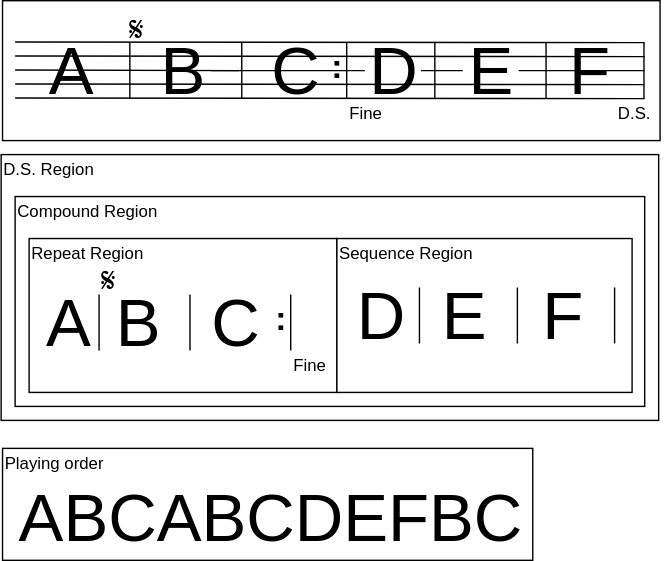
ruimo/klavier-core keeps this draw.io diagram as docs/repeat/example09.drawio.svg. Above is the earlier version. Source tidied: cells renumbered, new cells last; positions are measured from the earlier drawing's top-left corner, leaving out a move shared by most shapes.
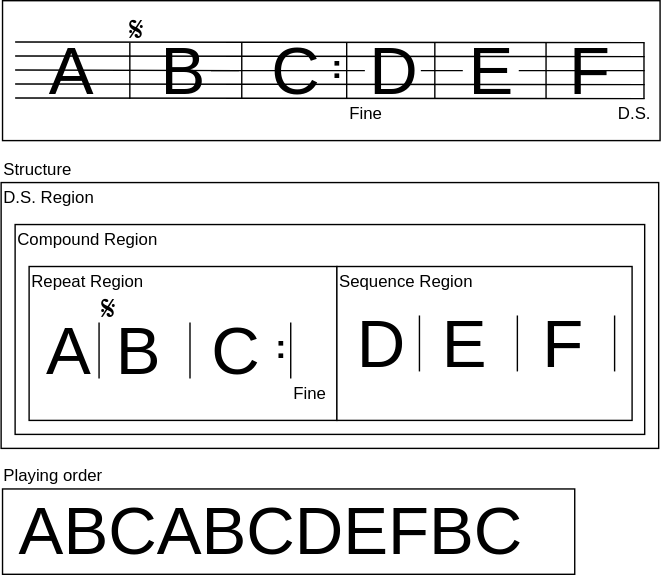
After the change.

The edit, as a diff of the source:
```diff
@@ -3,56 +3,56 @@
     <mxCell id="0" />
     <mxCell id="1" parent="0" />
     <mxCell id="2" style="rounded=0;whiteSpace=wrap;html=1;" parent="1" vertex="1">
-      <mxGeometry x="1" width="470" height="100" as="geometry" />
+      <mxGeometry x="1" y="-20" width="470" height="100" as="geometry" />
     </mxCell>
     <mxCell id="3" style="rounded=0;whiteSpace=wrap;html=1;" parent="1" vertex="1">
       <mxGeometry y="110" width="470" height="190" as="geometry" />
     </mxCell>
     <mxCell id="4" style="endArrow=none;html=1;" parent="1" edge="1">
       <mxGeometry relative="1" as="geometry">
-        <mxPoint x="10" y="39.5" as="sourcePoint" />
-        <mxPoint x="460" y="40" as="targetPoint" />
+        <mxPoint x="10" y="19.5" as="sourcePoint" />
+        <mxPoint x="460" y="20" as="targetPoint" />
       </mxGeometry>
     </mxCell>
     <mxCell id="5" style="endArrow=none;html=1;" parent="1" edge="1" source="18">
       <mxGeometry relative="1" as="geometry">
-        <mxPoint x="460" y="50" as="targetPoint" />
+        <mxPoint x="460" y="30" as="targetPoint" />
       </mxGeometry>
     </mxCell>
     <mxCell id="6" style="endArrow=none;html=1;" parent="1" edge="1">
       <mxGeometry relative="1" as="geometry">
-        <mxPoint x="10" y="59.5" as="sourcePoint" />
-        <mxPoint x="460" y="60" as="targetPoint" />
+        <mxPoint x="10" y="39.5" as="sourcePoint" />
+        <mxPoint x="460" y="40" as="targetPoint" />
       </mxGeometry>
     </mxCell>
     <mxCell id="7" style="endArrow=none;html=1;" parent="1" edge="1">
       <mxGeometry relative="1" as="geometry">
-        <mxPoint x="10" y="69.5" as="sourcePoint" />
-        <mxPoint x="460" y="70" as="targetPoint" />
+        <mxPoint x="10" y="49.5" as="sourcePoint" />
+        <mxPoint x="460" y="50" as="targetPoint" />
       </mxGeometry>
     </mxCell>
     <mxCell id="8" value="&lt;font style=&quot;font-size: 48px&quot;&gt;A&lt;/font&gt;" style="text;html=1;strokeColor=none;fillColor=none;align=center;verticalAlign=middle;whiteSpace=wrap;rounded=0;" parent="1" vertex="1">
-      <mxGeometry x="30" y="40" width="40" height="20" as="geometry" />
+      <mxGeometry x="30" y="20" width="40" height="20" as="geometry" />
     </mxCell>
     <mxCell id="9" style="endArrow=none;html=1;" parent="1" edge="1">
       <mxGeometry relative="1" as="geometry">
-        <mxPoint x="10" y="49.5" as="sourcePoint" />
-        <mxPoint x="170" y="50" as="targetPoint" />
+        <mxPoint x="10" y="29.5" as="sourcePoint" />
+        <mxPoint x="170" y="30" as="targetPoint" />
       </mxGeometry>
     </mxCell>
     <mxCell id="10" value="&lt;font style=&quot;font-size: 48px&quot;&gt;B&lt;/font&gt;" style="text;html=1;strokeColor=none;fillColor=none;align=center;verticalAlign=middle;whiteSpace=wrap;rounded=0;" parent="1" vertex="1">
-      <mxGeometry x="110" y="40" width="40" height="20" as="geometry" />
+      <mxGeometry x="110" y="20" width="40" height="20" as="geometry" />
     </mxCell>
     <mxCell id="11" value="D.S. Region" style="text;html=1;strokeColor=none;fillColor=none;align=left;verticalAlign=middle;whiteSpace=wrap;rounded=0;" parent="1" vertex="1">
       <mxGeometry y="110" width="200" height="20" as="geometry" />
     </mxCell>
     <mxCell id="12" value="&lt;font style=&quot;font-size: 48px&quot;&gt;C&lt;/font&gt;" style="text;html=1;strokeColor=none;fillColor=none;align=center;verticalAlign=middle;whiteSpace=wrap;rounded=0;" parent="1" vertex="1">
-      <mxGeometry x="190" y="40" width="40" height="20" as="geometry" />
+      <mxGeometry x="190" y="20" width="40" height="20" as="geometry" />
     </mxCell>
     <mxCell id="13" style="endArrow=none;html=1;" parent="1" edge="1">
       <mxGeometry relative="1" as="geometry">
-        <mxPoint x="310" y="70" as="sourcePoint" />
-        <mxPoint x="310" y="30" as="targetPoint" />
+        <mxPoint x="310" y="50" as="sourcePoint" />
+        <mxPoint x="310" y="10" as="targetPoint" />
       </mxGeometry>
     </mxCell>
     <mxCell id="14" style="rounded=0;whiteSpace=wrap;html=1;" parent="1" vertex="1">
@@ -62,19 +62,19 @@
       <mxGeometry x="10" y="140" width="150" height="20" as="geometry" />
     </mxCell>
     <mxCell id="16" value="&lt;font style=&quot;font-size: 48px&quot;&gt;D&lt;/font&gt;" style="text;html=1;strokeColor=none;fillColor=none;align=center;verticalAlign=middle;whiteSpace=wrap;rounded=0;" parent="1" vertex="1">
-      <mxGeometry x="260" y="40" width="40" height="20" as="geometry" />
+      <mxGeometry x="260" y="20" width="40" height="20" as="geometry" />
     </mxCell>
     <mxCell id="17" style="endArrow=none;html=1;" parent="1" edge="1" source="10" target="16">
       <mxGeometry relative="1" as="geometry" />
     </mxCell>
     <mxCell id="18" value="&lt;font style=&quot;font-size: 48px&quot;&gt;E&lt;/font&gt;" style="text;html=1;strokeColor=none;fillColor=none;align=center;verticalAlign=middle;whiteSpace=wrap;rounded=0;" parent="1" vertex="1">
-      <mxGeometry x="330" y="40" width="40" height="20" as="geometry" />
+      <mxGeometry x="330" y="20" width="40" height="20" as="geometry" />
     </mxCell>
     <mxCell id="19" style="endArrow=none;html=1;" parent="1" edge="1" source="16" target="18">
       <mxGeometry relative="1" as="geometry" />
     </mxCell>
     <mxCell id="20" style="group;" parent="1" vertex="1">
-      <mxGeometry x="362.5" y="30" width="40" height="40" as="geometry" />
+      <mxGeometry x="362.5" y="10" width="40" height="40" as="geometry" />
     </mxCell>
     <mxCell id="21" style="endArrow=none;html=1;" parent="20" edge="1">
       <mxGeometry relative="1" as="geometry">
@@ -84,8 +84,8 @@
     </mxCell>
     <mxCell id="22" style="endArrow=none;html=1;" parent="1" edge="1">
       <mxGeometry relative="1" as="geometry">
-        <mxPoint x="92" y="70" as="sourcePoint" />
-        <mxPoint x="92" y="30" as="targetPoint" />
+        <mxPoint x="92" y="50" as="sourcePoint" />
+        <mxPoint x="92" y="10" as="targetPoint" />
       </mxGeometry>
     </mxCell>
     <mxCell id="23" style="rounded=0;whiteSpace=wrap;html=1;" parent="1" vertex="1">
@@ -114,17 +114,17 @@
     </mxCell>
     <mxCell id="30" style="endArrow=none;html=1;" parent="1" edge="1">
       <mxGeometry relative="1" as="geometry">
-        <mxPoint x="459.5" y="70" as="sourcePoint" />
-        <mxPoint x="459.5" y="30" as="targetPoint" />
+        <mxPoint x="459.5" y="50" as="sourcePoint" />
+        <mxPoint x="459.5" y="10" as="targetPoint" />
       </mxGeometry>
     </mxCell>
     <mxCell id="31" value="&lt;font style=&quot;font-size: 48px&quot;&gt;F&lt;/font&gt;" style="text;html=1;strokeColor=none;fillColor=none;align=center;verticalAlign=middle;whiteSpace=wrap;rounded=0;" parent="1" vertex="1">
-      <mxGeometry x="400" y="40" width="40" height="20" as="geometry" />
+      <mxGeometry x="400" y="20" width="40" height="20" as="geometry" />
     </mxCell>
     <mxCell id="32" style="endArrow=none;html=1;" parent="1" edge="1">
       <mxGeometry relative="1" as="geometry">
-        <mxPoint x="10" y="29.5" as="sourcePoint" />
-        <mxPoint x="460" y="30" as="targetPoint" />
+        <mxPoint x="10" y="9.5" as="sourcePoint" />
+        <mxPoint x="460" y="10" as="targetPoint" />
       </mxGeometry>
     </mxCell>
     <mxCell id="33" style="group;" parent="1" vertex="1">
@@ -152,7 +152,7 @@
       <mxGeometry x="147" y="220" width="40" height="20" as="geometry" />
     </mxCell>
     <mxCell id="40" value="D.S." style="text;html=1;strokeColor=none;fillColor=none;align=center;verticalAlign=middle;whiteSpace=wrap;rounded=0;" parent="1" vertex="1">
-      <mxGeometry x="432.5" y="70" width="40" height="20" as="geometry" />
+      <mxGeometry x="432.5" y="50" width="40" height="20" as="geometry" />
     </mxCell>
     <mxCell id="41" value="&lt;font style=&quot;font-size: 48px&quot;&gt;D&lt;/font&gt;" style="text;html=1;strokeColor=none;fillColor=none;align=center;verticalAlign=middle;whiteSpace=wrap;rounded=0;" parent="1" vertex="1">
       <mxGeometry x="251" y="215" width="40" height="20" as="geometry" />
@@ -182,13 +182,13 @@
       </mxGeometry>
     </mxCell>
     <mxCell id="47" value="Fine" style="text;html=1;strokeColor=none;fillColor=none;align=center;verticalAlign=middle;whiteSpace=wrap;rounded=0;" parent="1" vertex="1">
-      <mxGeometry x="240" y="70" width="40" height="20" as="geometry" />
+      <mxGeometry x="240" y="50" width="40" height="20" as="geometry" />
     </mxCell>
     <mxCell id="48" value="Fine" style="text;html=1;strokeColor=none;fillColor=none;align=center;verticalAlign=middle;whiteSpace=wrap;rounded=0;" parent="1" vertex="1">
       <mxGeometry x="200" y="250" width="40" height="20" as="geometry" />
     </mxCell>
     <mxCell id="49" style="group;" parent="1" vertex="1">
-      <mxGeometry x="220" y="30" width="40" height="40" as="geometry" />
+      <mxGeometry x="220" y="10" width="40" height="40" as="geometry" />
     </mxCell>
     <mxCell id="50" style="endArrow=none;html=1;" parent="49" edge="1">
       <mxGeometry relative="1" as="geometry">
@@ -201,12 +201,12 @@
     </mxCell>
     <mxCell id="52" style="endArrow=none;html=1;" parent="1" edge="1">
       <mxGeometry relative="1" as="geometry">
-        <mxPoint x="172" y="70" as="sourcePoint" />
-        <mxPoint x="172" y="30" as="targetPoint" />
+        <mxPoint x="172" y="50" as="sourcePoint" />
+        <mxPoint x="172" y="10" as="targetPoint" />
       </mxGeometry>
     </mxCell>
     <mxCell id="53" value="&lt;font style=&quot;font-size: 24px&quot;&gt;𝄋&lt;/font&gt;" style="text;html=1;strokeColor=none;fillColor=none;align=left;verticalAlign=middle;whiteSpace=wrap;rounded=0;" parent="1" vertex="1">
-      <mxGeometry x="90" y="10" width="40" height="20" as="geometry" />
+      <mxGeometry x="90" y="-10" width="40" height="20" as="geometry" />
     </mxCell>
     <mxCell id="54" value="&lt;font style=&quot;font-size: 24px&quot;&gt;𝄋&lt;/font&gt;" style="text;html=1;strokeColor=none;fillColor=none;align=left;verticalAlign=middle;whiteSpace=wrap;rounded=0;" parent="1" vertex="1">
       <mxGeometry x="70" y="190" width="40" height="20" as="geometry" />
@@ -218,13 +218,16 @@
       </mxGeometry>
     </mxCell>
     <mxCell id="56" style="rounded=0;whiteSpace=wrap;html=1;" parent="1" vertex="1">
-      <mxGeometry x="1" y="320" width="379" height="80" as="geometry" />
+      <mxGeometry x="1" y="329" width="409" height="61" as="geometry" />
     </mxCell>
+    <mxCell id="58" value="&lt;font style=&quot;font-size: 48px&quot;&gt;ABCABCDEFBC&lt;/font&gt;" style="text;html=1;strokeColor=none;fillColor=none;align=left;verticalAlign=middle;whiteSpace=wrap;rounded=0;" parent="1" vertex="1">
+      <mxGeometry x="11" y="349" width="40" height="20" as="geometry" />
+    </mxCell>
+    <mxCell id="59" value="Structure" style="text;html=1;strokeColor=none;fillColor=none;align=left;verticalAlign=middle;whiteSpace=wrap;rounded=0;" parent="1" vertex="1">
+      <mxGeometry y="90" width="140" height="20" as="geometry" />
+    </mxCell>
     <mxCell id="57" value="Playing order" style="text;html=1;strokeColor=none;fillColor=none;align=left;verticalAlign=middle;whiteSpace=wrap;rounded=0;" parent="1" vertex="1">
-      <mxGeometry x="1" y="320" width="200" height="20" as="geometry" />
+      <mxGeometry y="309" width="140" height="20" as="geometry" />
     </mxCell>
-    <mxCell id="58" value="&lt;font style=&quot;font-size: 48px&quot;&gt;ABCABCDEFBC&lt;/font&gt;" style="text;html=1;strokeColor=none;fillColor=none;align=left;verticalAlign=middle;whiteSpace=wrap;rounded=0;" parent="1" vertex="1">
-      <mxGeometry x="11" y="360" width="40" height="20" as="geometry" />
-    </mxCell>
   </root>
 </mxGraphModel>
```
